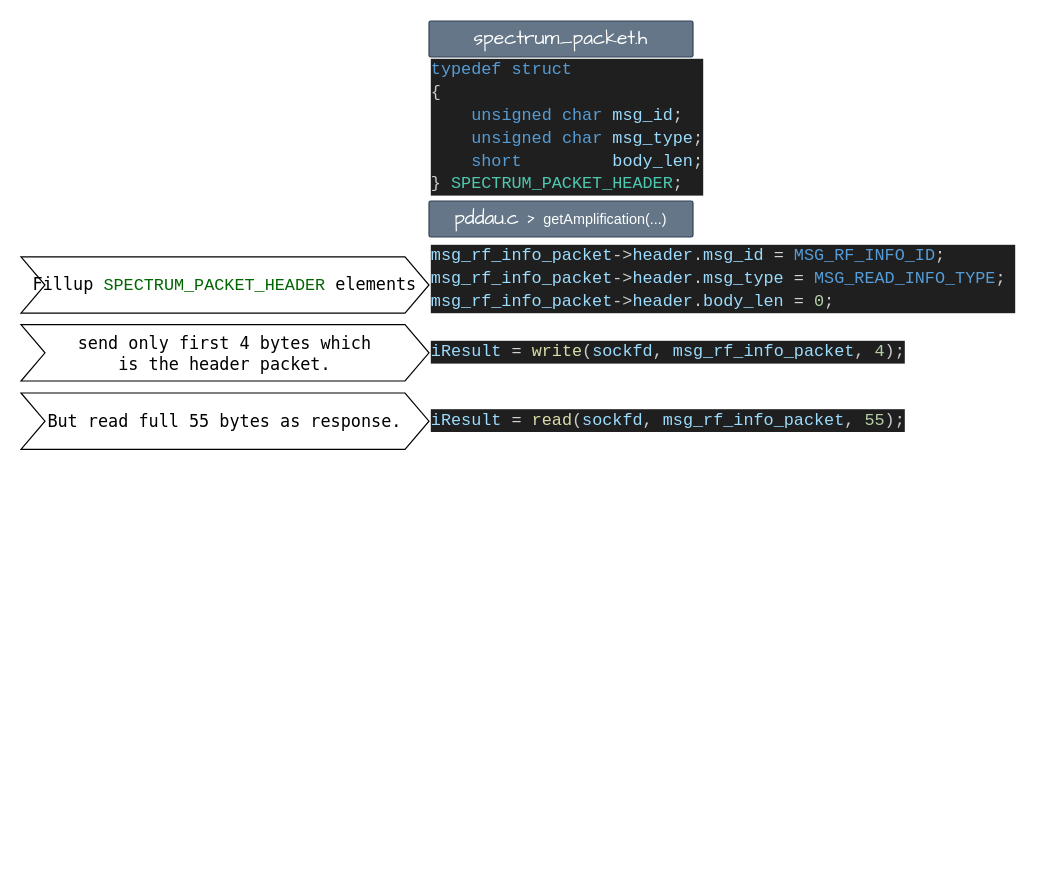
Before: PDA Project/PD Data Stream Flow 3.drawio in jibonaronno/documentsA, a draw.io diagram. Source tidied: cells renumbered, new cells numbered last; positions are measured from the earlier drawing's top-left corner, leaving out a move shared by most shapes. Both pictures are drawn from the tidied source at 120%, with x=0, y=0 at pixel (20, 20).
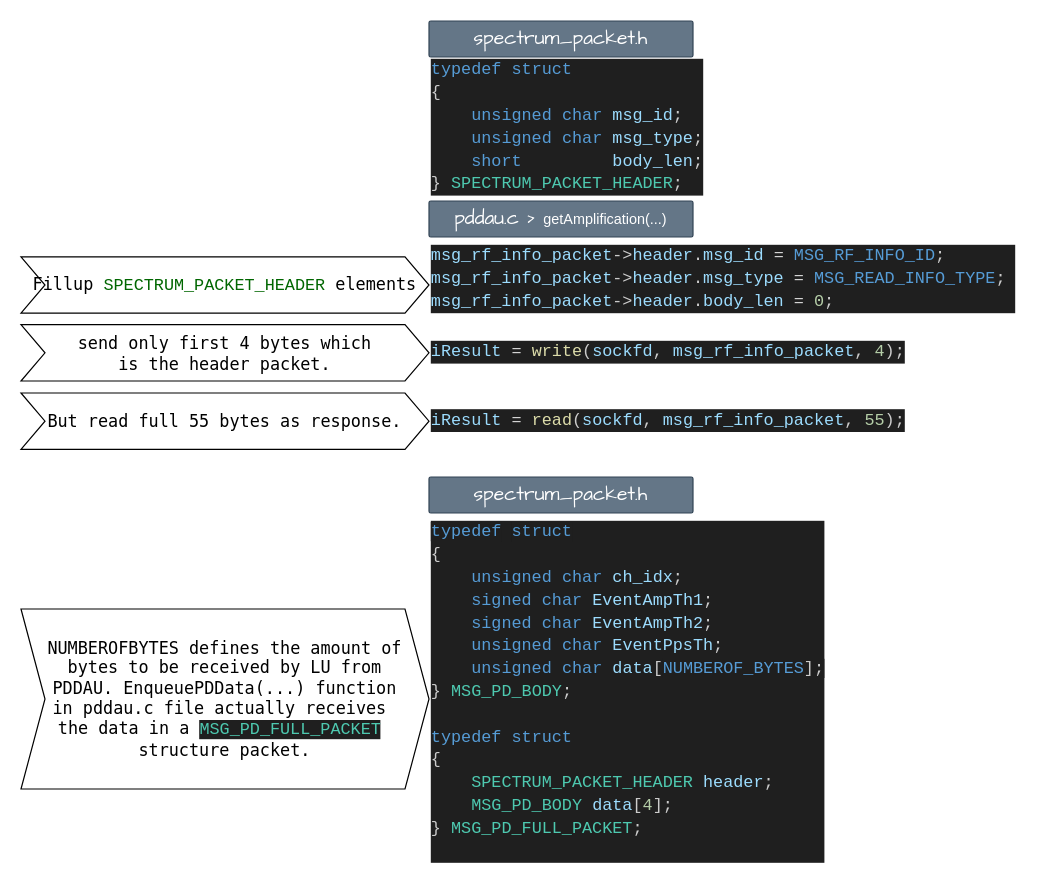
The same page after the edit.

Diff of the diagram source:
```diff
@@
 <mxGraphModel>
   <root>
     <mxCell id="0" />
     <mxCell id="1" parent="0" />
     <mxCell id="2" value="&lt;font face=&quot;Comic Sans MS&quot; style=&quot;font-size: 16px;&quot;&gt;spectrum_packet.h&lt;/font&gt;" style="rounded=1;whiteSpace=wrap;html=1;arcSize=5;fillColor=#647687;fontColor=#ffffff;strokeColor=#314354;" parent="1" vertex="1">
       <mxGeometry x="340" width="220" height="30" as="geometry" />
     </mxCell>
     <mxCell id="3" value="&lt;div style=&quot;color: #cccccc;background-color: #1f1f1f;font-family: Consolas, 'Courier New', monospace;font-weight: normal;font-size: 14px;line-height: 19px;white-space: pre;&quot;&gt;&lt;div&gt;&lt;span style=&quot;color: #569cd6;&quot;&gt;typedef&lt;/span&gt;&lt;span style=&quot;color: #cccccc;&quot;&gt; &lt;/span&gt;&lt;span style=&quot;color: #569cd6;&quot;&gt;struct&lt;/span&gt;&lt;/div&gt;&lt;div&gt;&lt;span style=&quot;color: #cccccc;&quot;&gt;{&lt;/span&gt;&lt;/div&gt;&lt;div&gt;&lt;span style=&quot;color: #cccccc;&quot;&gt;&amp;nbsp; &amp;nbsp; &lt;/span&gt;&lt;span style=&quot;color: #569cd6;&quot;&gt;unsigned&lt;/span&gt;&lt;span style=&quot;color: #cccccc;&quot;&gt; &lt;/span&gt;&lt;span style=&quot;color: #569cd6;&quot;&gt;char&lt;/span&gt;&lt;span style=&quot;color: #cccccc;&quot;&gt; &lt;/span&gt;&lt;span style=&quot;color: #9cdcfe;&quot;&gt;msg_id&lt;/span&gt;&lt;span style=&quot;color: #cccccc;&quot;&gt;;&lt;/span&gt;&lt;/div&gt;&lt;div&gt;&lt;span style=&quot;color: #cccccc;&quot;&gt;&amp;nbsp; &amp;nbsp; &lt;/span&gt;&lt;span style=&quot;color: #569cd6;&quot;&gt;unsigned&lt;/span&gt;&lt;span style=&quot;color: #cccccc;&quot;&gt; &lt;/span&gt;&lt;span style=&quot;color: #569cd6;&quot;&gt;char&lt;/span&gt;&lt;span style=&quot;color: #cccccc;&quot;&gt; &lt;/span&gt;&lt;span style=&quot;color: #9cdcfe;&quot;&gt;msg_type&lt;/span&gt;&lt;span style=&quot;color: #cccccc;&quot;&gt;;&lt;/span&gt;&lt;/div&gt;&lt;div&gt;&lt;span style=&quot;color: #cccccc;&quot;&gt;&amp;nbsp; &amp;nbsp; &lt;/span&gt;&lt;span style=&quot;color: #569cd6;&quot;&gt;short&lt;/span&gt;&lt;span style=&quot;color: #cccccc;&quot;&gt; &amp;nbsp; &amp;nbsp; &amp;nbsp; &amp;nbsp; &lt;/span&gt;&lt;span style=&quot;color: #9cdcfe;&quot;&gt;body_len&lt;/span&gt;&lt;span style=&quot;color: #cccccc;&quot;&gt;;&lt;/span&gt;&lt;/div&gt;&lt;div&gt;&lt;span style=&quot;color: #cccccc;&quot;&gt;} &lt;/span&gt;&lt;span style=&quot;color: #4ec9b0;&quot;&gt;SPECTRUM_PACKET_HEADER&lt;/span&gt;&lt;span style=&quot;color: #cccccc;&quot;&gt;;&lt;/span&gt;&lt;/div&gt;&lt;/div&gt;" style="text;whiteSpace=wrap;html=1;" parent="1" vertex="1">
       <mxGeometry x="340" y="25" width="240" height="140" as="geometry" />
     </mxCell>
     <mxCell id="4" value="&lt;font face=&quot;Comic Sans MS&quot; style=&quot;font-size: 16px;&quot;&gt;pddau.c &amp;gt;&amp;nbsp;&lt;/font&gt;&lt;span style=&quot;background-color: transparent; color: light-dark(rgb(255, 255, 255), rgb(18, 18, 18));&quot;&gt;getAmplification(...)&lt;/span&gt;" style="rounded=1;whiteSpace=wrap;html=1;arcSize=5;fillColor=#647687;fontColor=#ffffff;strokeColor=#314354;" parent="1" vertex="1">
       <mxGeometry x="340" y="150" width="220" height="30" as="geometry" />
     </mxCell>
     <mxCell id="5" value="&lt;div style=&quot;color: rgb(204, 204, 204); background-color: rgb(31, 31, 31); font-family: Consolas, &amp;quot;Courier New&amp;quot;, monospace; font-weight: normal; font-size: 14px; line-height: 19px; white-space: pre;&quot;&gt;&lt;div&gt;&lt;span style=&quot;color: rgb(156, 220, 254);&quot;&gt;msg_rf_info_packet&lt;/span&gt;&lt;span style=&quot;color: rgb(204, 204, 204);&quot;&gt;-&amp;gt;&lt;/span&gt;&lt;span style=&quot;color: rgb(156, 220, 254);&quot;&gt;header&lt;/span&gt;&lt;span style=&quot;color: rgb(204, 204, 204);&quot;&gt;.&lt;/span&gt;&lt;span style=&quot;color: rgb(156, 220, 254);&quot;&gt;msg_id&lt;/span&gt;&lt;span style=&quot;color: rgb(204, 204, 204);&quot;&gt; &lt;/span&gt;&lt;span style=&quot;color: rgb(212, 212, 212);&quot;&gt;=&lt;/span&gt;&lt;span style=&quot;color: rgb(204, 204, 204);&quot;&gt; &lt;/span&gt;&lt;span style=&quot;color: rgb(86, 156, 214);&quot;&gt;MSG_RF_INFO_ID&lt;/span&gt;&lt;span style=&quot;color: rgb(204, 204, 204);&quot;&gt;;&lt;/span&gt;&lt;/div&gt;&lt;div&gt;&lt;span style=&quot;color: rgb(156, 220, 254);&quot;&gt;msg_rf_info_packet&lt;/span&gt;&lt;span style=&quot;color: rgb(204, 204, 204);&quot;&gt;-&amp;gt;&lt;/span&gt;&lt;span style=&quot;color: rgb(156, 220, 254);&quot;&gt;header&lt;/span&gt;&lt;span style=&quot;color: rgb(204, 204, 204);&quot;&gt;.&lt;/span&gt;&lt;span style=&quot;color: rgb(156, 220, 254);&quot;&gt;msg_type&lt;/span&gt;&lt;span style=&quot;color: rgb(204, 204, 204);&quot;&gt; &lt;/span&gt;&lt;span style=&quot;color: rgb(212, 212, 212);&quot;&gt;=&lt;/span&gt;&lt;span style=&quot;color: rgb(204, 204, 204);&quot;&gt; &lt;/span&gt;&lt;span style=&quot;color: rgb(86, 156, 214);&quot;&gt;MSG_READ_INFO_TYPE&lt;/span&gt;&lt;span style=&quot;color: rgb(204, 204, 204);&quot;&gt;;&lt;/span&gt;&lt;span style=&quot;color: rgb(106, 153, 85);&quot;&gt; &lt;/span&gt;&lt;/div&gt;&lt;div&gt;&lt;span style=&quot;color: rgb(156, 220, 254);&quot;&gt;msg_rf_info_packet&lt;/span&gt;&lt;span style=&quot;color: rgb(204, 204, 204);&quot;&gt;-&amp;gt;&lt;/span&gt;&lt;span style=&quot;color: rgb(156, 220, 254);&quot;&gt;header&lt;/span&gt;&lt;span style=&quot;color: rgb(204, 204, 204);&quot;&gt;.&lt;/span&gt;&lt;span style=&quot;color: rgb(156, 220, 254);&quot;&gt;body_len&lt;/span&gt;&lt;span style=&quot;color: rgb(204, 204, 204);&quot;&gt; &lt;/span&gt;&lt;span style=&quot;color: rgb(212, 212, 212);&quot;&gt;=&lt;/span&gt;&lt;span style=&quot;color: rgb(204, 204, 204);&quot;&gt; &lt;/span&gt;&lt;span style=&quot;color: rgb(181, 206, 168);&quot;&gt;0&lt;/span&gt;&lt;span style=&quot;color: rgb(204, 204, 204);&quot;&gt;;&lt;/span&gt;&lt;/div&gt;&lt;/div&gt;" style="text;whiteSpace=wrap;html=1;" parent="1" vertex="1">
       <mxGeometry x="340" y="180" width="460" height="80" as="geometry" />
     </mxCell>
     <mxCell id="6" value="&lt;font face=&quot;Lucida Console&quot;&gt;&lt;span style=&quot;font-size: 14px;&quot;&gt;Fillup &lt;/span&gt;&lt;/font&gt;&lt;span style=&quot;font-family: Consolas, &amp;quot;Courier New&amp;quot;, monospace; font-size: 14px; text-align: left; white-space: pre; background-color: rgb(255, 255, 255);&quot;&gt;&lt;font style=&quot;color: rgb(0, 102, 0);&quot;&gt;SPECTRUM_PACKET_HEADER&lt;/font&gt;&lt;/span&gt;&lt;font face=&quot;Lucida Console&quot;&gt;&lt;span style=&quot;font-size: 14px;&quot;&gt;&amp;nbsp;elements&lt;/span&gt;&lt;/font&gt;" style="shape=step;perimeter=stepPerimeter;whiteSpace=wrap;html=1;fixedSize=1;" parent="1" vertex="1">
       <mxGeometry y="196.5" width="340" height="47" as="geometry" />
     </mxCell>
     <mxCell id="7" value="&lt;div style=&quot;color: #cccccc;background-color: #1f1f1f;font-family: Consolas, 'Courier New', monospace;font-weight: normal;font-size: 14px;line-height: 19px;white-space: pre;&quot;&gt;&lt;div&gt;&lt;span style=&quot;color: #9cdcfe;&quot;&gt;iResult&lt;/span&gt;&lt;span style=&quot;color: #cccccc;&quot;&gt; &lt;/span&gt;&lt;span style=&quot;color: #d4d4d4;&quot;&gt;=&lt;/span&gt;&lt;span style=&quot;color: #cccccc;&quot;&gt; &lt;/span&gt;&lt;span style=&quot;color: #dcdcaa;&quot;&gt;write&lt;/span&gt;&lt;span style=&quot;color: #cccccc;&quot;&gt;(&lt;/span&gt;&lt;span style=&quot;color: #9cdcfe;&quot;&gt;sockfd&lt;/span&gt;&lt;span style=&quot;color: #cccccc;&quot;&gt;, &lt;/span&gt;&lt;span style=&quot;color: #9cdcfe;&quot;&gt;msg_rf_info_packet&lt;/span&gt;&lt;span style=&quot;color: #cccccc;&quot;&gt;, &lt;/span&gt;&lt;span style=&quot;color: #b5cea8;&quot;&gt;4&lt;/span&gt;&lt;span style=&quot;color: #cccccc;&quot;&gt;);&lt;/span&gt;&lt;/div&gt;&lt;/div&gt;" style="text;whiteSpace=wrap;html=1;" parent="1" vertex="1">
       <mxGeometry x="340" y="260" width="400" height="40" as="geometry" />
     </mxCell>
     <mxCell id="8" value="&lt;font face=&quot;Lucida Console&quot;&gt;&lt;span style=&quot;font-size: 14px;&quot;&gt;send only first 4 bytes which&lt;/span&gt;&lt;/font&gt;&lt;div&gt;&lt;font face=&quot;Lucida Console&quot;&gt;&lt;span style=&quot;font-size: 14px;&quot;&gt;is the header packet.&lt;/span&gt;&lt;/font&gt;&lt;/div&gt;" style="shape=step;perimeter=stepPerimeter;whiteSpace=wrap;html=1;fixedSize=1;" parent="1" vertex="1">
       <mxGeometry y="253" width="340" height="47" as="geometry" />
     </mxCell>
     <mxCell id="9" value="&lt;font face=&quot;Lucida Console&quot;&gt;&lt;span style=&quot;font-size: 14px;&quot;&gt;But read full 55 bytes as response.&lt;/span&gt;&lt;/font&gt;" style="shape=step;perimeter=stepPerimeter;whiteSpace=wrap;html=1;fixedSize=1;" parent="1" vertex="1">
       <mxGeometry y="310" width="340" height="47" as="geometry" />
     </mxCell>
     <mxCell id="10" value="&lt;div style=&quot;color: #cccccc;background-color: #1f1f1f;font-family: Consolas, 'Courier New', monospace;font-weight: normal;font-size: 14px;line-height: 19px;white-space: pre;&quot;&gt;&lt;div&gt;&lt;span style=&quot;color: #9cdcfe;&quot;&gt;iResult&lt;/span&gt;&lt;span style=&quot;color: #cccccc;&quot;&gt; &lt;/span&gt;&lt;span style=&quot;color: #d4d4d4;&quot;&gt;=&lt;/span&gt;&lt;span style=&quot;color: #cccccc;&quot;&gt; &lt;/span&gt;&lt;span style=&quot;color: #dcdcaa;&quot;&gt;read&lt;/span&gt;&lt;span style=&quot;color: #cccccc;&quot;&gt;(&lt;/span&gt;&lt;span style=&quot;color: #9cdcfe;&quot;&gt;sockfd&lt;/span&gt;&lt;span style=&quot;color: #cccccc;&quot;&gt;, &lt;/span&gt;&lt;span style=&quot;color: #9cdcfe;&quot;&gt;msg_rf_info_packet&lt;/span&gt;&lt;span style=&quot;color: #cccccc;&quot;&gt;, &lt;/span&gt;&lt;span style=&quot;color: #b5cea8;&quot;&gt;55&lt;/span&gt;&lt;span style=&quot;color: #cccccc;&quot;&gt;);&lt;/span&gt;&lt;/div&gt;&lt;/div&gt;" style="text;whiteSpace=wrap;html=1;" parent="1" vertex="1">
       <mxGeometry x="340" y="317" width="400" height="40" as="geometry" />
     </mxCell>
+    <mxCell id="11" value="&lt;font face=&quot;Comic Sans MS&quot; style=&quot;font-size: 16px;&quot;&gt;spectrum_packet.h&lt;/font&gt;" style="rounded=1;whiteSpace=wrap;html=1;arcSize=5;fillColor=#647687;fontColor=#ffffff;strokeColor=#314354;" parent="1" vertex="1">
+      <mxGeometry x="340" y="380" width="220" height="30" as="geometry" />
+    </mxCell>
+    <mxCell id="12" value="&lt;div style=&quot;color: rgb(204, 204, 204); background-color: rgb(31, 31, 31); font-family: Consolas, &amp;quot;Courier New&amp;quot;, monospace; font-weight: normal; font-size: 14px; line-height: 19px; white-space: pre;&quot;&gt;&lt;div&gt;&lt;span style=&quot;background-color: light-dark(rgb(31, 31, 31), rgb(31, 31, 31)); color: rgb(86, 156, 214);&quot;&gt;typedef&lt;/span&gt;&lt;span style=&quot;background-color: light-dark(rgb(31, 31, 31), rgb(31, 31, 31)); color: rgb(204, 204, 204);&quot;&gt; &lt;/span&gt;&lt;span style=&quot;background-color: light-dark(rgb(31, 31, 31), rgb(31, 31, 31)); color: rgb(86, 156, 214);&quot;&gt;struct&lt;/span&gt;&lt;br&gt;&lt;/div&gt;&lt;div&gt;&lt;span style=&quot;color: rgb(204, 204, 204);&quot;&gt;{&lt;/span&gt;&lt;/div&gt;&lt;div&gt;&lt;span style=&quot;color: rgb(204, 204, 204);&quot;&gt;&amp;nbsp; &amp;nbsp; &lt;/span&gt;&lt;span style=&quot;color: rgb(86, 156, 214);&quot;&gt;unsigned&lt;/span&gt;&lt;span style=&quot;color: rgb(204, 204, 204);&quot;&gt; &lt;/span&gt;&lt;span style=&quot;color: rgb(86, 156, 214);&quot;&gt;char&lt;/span&gt;&lt;span style=&quot;color: rgb(204, 204, 204);&quot;&gt; &lt;/span&gt;&lt;span style=&quot;color: rgb(156, 220, 254);&quot;&gt;ch_idx&lt;/span&gt;&lt;span style=&quot;color: rgb(204, 204, 204);&quot;&gt;;&lt;/span&gt;&lt;/div&gt;&lt;div&gt;&lt;span style=&quot;color: rgb(204, 204, 204);&quot;&gt;&amp;nbsp; &amp;nbsp; &lt;/span&gt;&lt;span style=&quot;color: rgb(86, 156, 214);&quot;&gt;signed&lt;/span&gt;&lt;span style=&quot;color: rgb(204, 204, 204);&quot;&gt; &lt;/span&gt;&lt;span style=&quot;color: rgb(86, 156, 214);&quot;&gt;char&lt;/span&gt;&lt;span style=&quot;color: rgb(204, 204, 204);&quot;&gt; &lt;/span&gt;&lt;span style=&quot;color: rgb(156, 220, 254);&quot;&gt;EventAmpTh1&lt;/span&gt;&lt;span style=&quot;color: rgb(204, 204, 204);&quot;&gt;;&lt;/span&gt;&lt;/div&gt;&lt;div&gt;&lt;span style=&quot;color: rgb(204, 204, 204);&quot;&gt;&amp;nbsp; &amp;nbsp; &lt;/span&gt;&lt;span style=&quot;color: rgb(86, 156, 214);&quot;&gt;signed&lt;/span&gt;&lt;span style=&quot;color: rgb(204, 204, 204);&quot;&gt; &lt;/span&gt;&lt;span style=&quot;color: rgb(86, 156, 214);&quot;&gt;char&lt;/span&gt;&lt;span style=&quot;color: rgb(204, 204, 204);&quot;&gt; &lt;/span&gt;&lt;span style=&quot;color: rgb(156, 220, 254);&quot;&gt;EventAmpTh2&lt;/span&gt;&lt;span style=&quot;color: rgb(204, 204, 204);&quot;&gt;;&lt;/span&gt;&lt;/div&gt;&lt;div&gt;&lt;span style=&quot;color: rgb(204, 204, 204);&quot;&gt;&amp;nbsp; &amp;nbsp; &lt;/span&gt;&lt;span style=&quot;color: rgb(86, 156, 214);&quot;&gt;unsigned&lt;/span&gt;&lt;span style=&quot;color: rgb(204, 204, 204);&quot;&gt; &lt;/span&gt;&lt;span style=&quot;color: rgb(86, 156, 214);&quot;&gt;char&lt;/span&gt;&lt;span style=&quot;color: rgb(204, 204, 204);&quot;&gt; &lt;/span&gt;&lt;span style=&quot;color: rgb(156, 220, 254);&quot;&gt;EventPpsTh&lt;/span&gt;&lt;span style=&quot;color: rgb(204, 204, 204);&quot;&gt;;&lt;/span&gt;&lt;/div&gt;&lt;div&gt;&lt;span style=&quot;color: rgb(204, 204, 204);&quot;&gt;&amp;nbsp; &amp;nbsp; &lt;/span&gt;&lt;span style=&quot;color: rgb(86, 156, 214);&quot;&gt;unsigned&lt;/span&gt;&lt;span style=&quot;color: rgb(204, 204, 204);&quot;&gt; &lt;/span&gt;&lt;span style=&quot;color: rgb(86, 156, 214);&quot;&gt;char&lt;/span&gt;&lt;span style=&quot;color: rgb(204, 204, 204);&quot;&gt; &lt;/span&gt;&lt;span style=&quot;color: rgb(156, 220, 254);&quot;&gt;data&lt;/span&gt;&lt;span style=&quot;color: rgb(204, 204, 204);&quot;&gt;[&lt;/span&gt;&lt;span style=&quot;color: rgb(86, 156, 214); background-color: light-dark(rgb(31, 31, 31), rgb(31, 31, 31));&quot;&gt;NUMBEROF_BYTES&lt;/span&gt;&lt;span style=&quot;color: light-dark(rgb(204, 204, 204), rgb(204, 204, 204)); background-color: light-dark(rgb(31, 31, 31), rgb(31, 31, 31));&quot;&gt;];&lt;/span&gt;&lt;/div&gt;&lt;div&gt;&lt;span style=&quot;color: rgb(204, 204, 204);&quot;&gt;} &lt;/span&gt;&lt;span style=&quot;color: rgb(78, 201, 176);&quot;&gt;MSG_PD_BODY&lt;/span&gt;&lt;span style=&quot;color: rgb(204, 204, 204);&quot;&gt;;&lt;/span&gt;&lt;/div&gt;&lt;div&gt;&lt;br&gt;&lt;/div&gt;&lt;div&gt;&lt;span style=&quot;color: rgb(86, 156, 214);&quot;&gt;typedef&lt;/span&gt;&lt;span style=&quot;color: rgb(204, 204, 204);&quot;&gt; &lt;/span&gt;&lt;span style=&quot;color: rgb(86, 156, 214);&quot;&gt;struct&lt;/span&gt;&lt;/div&gt;&lt;div&gt;&lt;span style=&quot;color: rgb(204, 204, 204);&quot;&gt;{&lt;/span&gt;&lt;/div&gt;&lt;div&gt;&lt;span style=&quot;color: rgb(204, 204, 204);&quot;&gt;&amp;nbsp; &amp;nbsp; &lt;/span&gt;&lt;span style=&quot;color: rgb(78, 201, 176);&quot;&gt;SPECTRUM_PACKET_HEADER&lt;/span&gt;&lt;span style=&quot;color: rgb(204, 204, 204);&quot;&gt; &lt;/span&gt;&lt;span style=&quot;color: rgb(156, 220, 254);&quot;&gt;header&lt;/span&gt;&lt;span style=&quot;color: rgb(204, 204, 204);&quot;&gt;; &amp;nbsp;&lt;/span&gt;&lt;/div&gt;&lt;div&gt;&lt;span style=&quot;color: rgb(204, 204, 204);&quot;&gt;&amp;nbsp; &amp;nbsp; &lt;/span&gt;&lt;span style=&quot;color: rgb(78, 201, 176);&quot;&gt;MSG_PD_BODY&lt;/span&gt;&lt;span style=&quot;color: rgb(204, 204, 204);&quot;&gt; &lt;/span&gt;&lt;span style=&quot;color: rgb(156, 220, 254);&quot;&gt;data&lt;/span&gt;&lt;span style=&quot;color: rgb(204, 204, 204);&quot;&gt;[&lt;/span&gt;&lt;span style=&quot;color: rgb(181, 206, 168);&quot;&gt;4&lt;/span&gt;&lt;span style=&quot;color: rgb(204, 204, 204);&quot;&gt;];&lt;/span&gt;&lt;/div&gt;&lt;div&gt;&lt;span style=&quot;color: rgb(204, 204, 204);&quot;&gt;} &lt;/span&gt;&lt;span style=&quot;color: rgb(78, 201, 176);&quot;&gt;MSG_PD_FULL_PACKET&lt;/span&gt;&lt;span style=&quot;color: rgb(204, 204, 204);&quot;&gt;;&lt;/span&gt;&lt;/div&gt;&lt;div&gt;&lt;br&gt;&lt;/div&gt;&lt;/div&gt;" style="text;whiteSpace=wrap;html=1;" parent="1" vertex="1">
+      <mxGeometry x="340" y="410" width="330" height="300" as="geometry" />
+    </mxCell>
+    <mxCell id="13" value="&lt;font face=&quot;Lucida Console&quot;&gt;&lt;span style=&quot;font-size: 14px;&quot;&gt;NUMBEROFBYTES defines the amount of&lt;/span&gt;&lt;/font&gt;&lt;div&gt;&lt;font face=&quot;Lucida Console&quot;&gt;&lt;span style=&quot;font-size: 14px;&quot;&gt;bytes to be received by LU from&lt;/span&gt;&lt;/font&gt;&lt;/div&gt;&lt;div&gt;&lt;font face=&quot;Lucida Console&quot;&gt;&lt;span style=&quot;font-size: 14px;&quot;&gt;PDDAU. EnqueuePDData(...) function&lt;/span&gt;&lt;/font&gt;&lt;/div&gt;&lt;div&gt;&lt;font face=&quot;Lucida Console&quot;&gt;&lt;span style=&quot;font-size: 14px;&quot;&gt;in pddau.c file actually receives&amp;nbsp;&lt;/span&gt;&lt;/font&gt;&lt;/div&gt;&lt;div&gt;&lt;font face=&quot;Lucida Console&quot;&gt;&lt;span style=&quot;font-size: 14px;&quot;&gt;the data in a&amp;nbsp;&lt;/span&gt;&lt;/font&gt;&lt;span style=&quot;color: rgb(78, 201, 176); background-color: rgb(31, 31, 31); font-family: Consolas, &amp;quot;Courier New&amp;quot;, monospace; font-size: 14px; white-space: pre;&quot;&gt;MSG_PD_FULL_PACKET&lt;/span&gt;&lt;span style=&quot;font-size: 14px; font-family: &amp;quot;Lucida Console&amp;quot;; background-color: transparent; color: light-dark(rgb(0, 0, 0), rgb(255, 255, 255));&quot;&gt;&amp;nbsp;&lt;/span&gt;&lt;/div&gt;&lt;div&gt;&lt;span style=&quot;font-size: 14px; font-family: &amp;quot;Lucida Console&amp;quot;; background-color: transparent; color: light-dark(rgb(0, 0, 0), rgb(255, 255, 255));&quot;&gt;structure packet.&lt;/span&gt;&lt;/div&gt;" style="shape=step;perimeter=stepPerimeter;whiteSpace=wrap;html=1;fixedSize=1;" parent="1" vertex="1">
+      <mxGeometry y="490" width="340" height="150" as="geometry" />
+    </mxCell>
   </root>
 </mxGraphModel>
```
